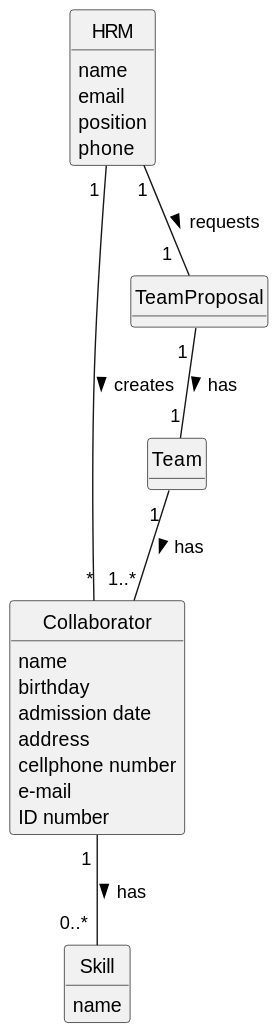
Before: docs/sprintA/us005/02.analysis/svg/us005-domain-model.svg, a diagram exported from PlantUML (Departamento-de-Engenharia-Informatica/lei-24-s2-1do-g164).
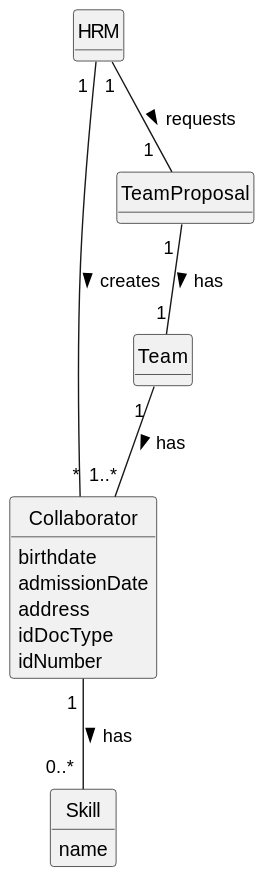
After the change.

The edit, as a diff of the source:
```diff
@@ -10,20 +10,15 @@
 hide methods
 
 class HRM {
-       name
-        email
-        position
-        phone
+
 }
 
 class Collaborator {
-    name
-        birthday
-        admission date
-        address
-        cellphone number
-        e-mail
-        ID number
+        birthdate
+                       admissionDate
+                       address
+                       idDocType
+                       idNumber
 }
 
 class TeamProposal {
@@ -37,7 +32,6 @@
     name
 }
 
-
 HRM "1 " -- "*" Collaborator : creates >
 HRM "1" -- "1  " TeamProposal : requests >
 TeamProposal "1 " --"1" Team: has >
```
